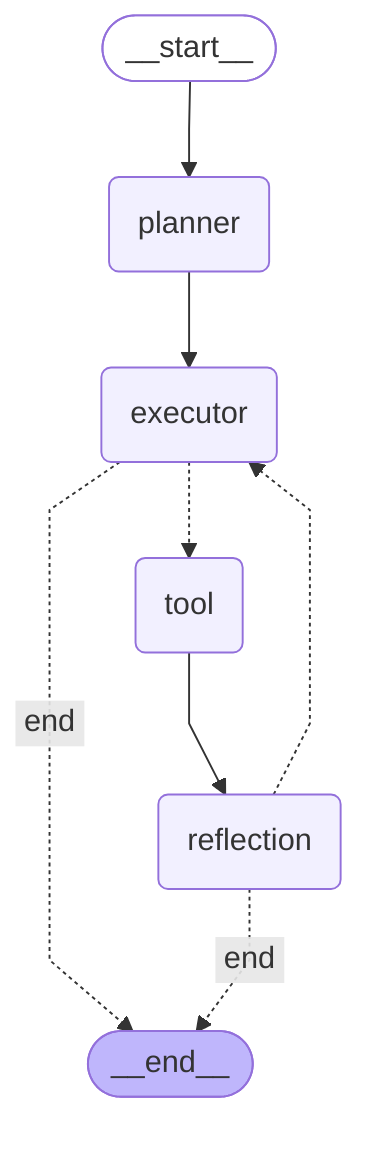
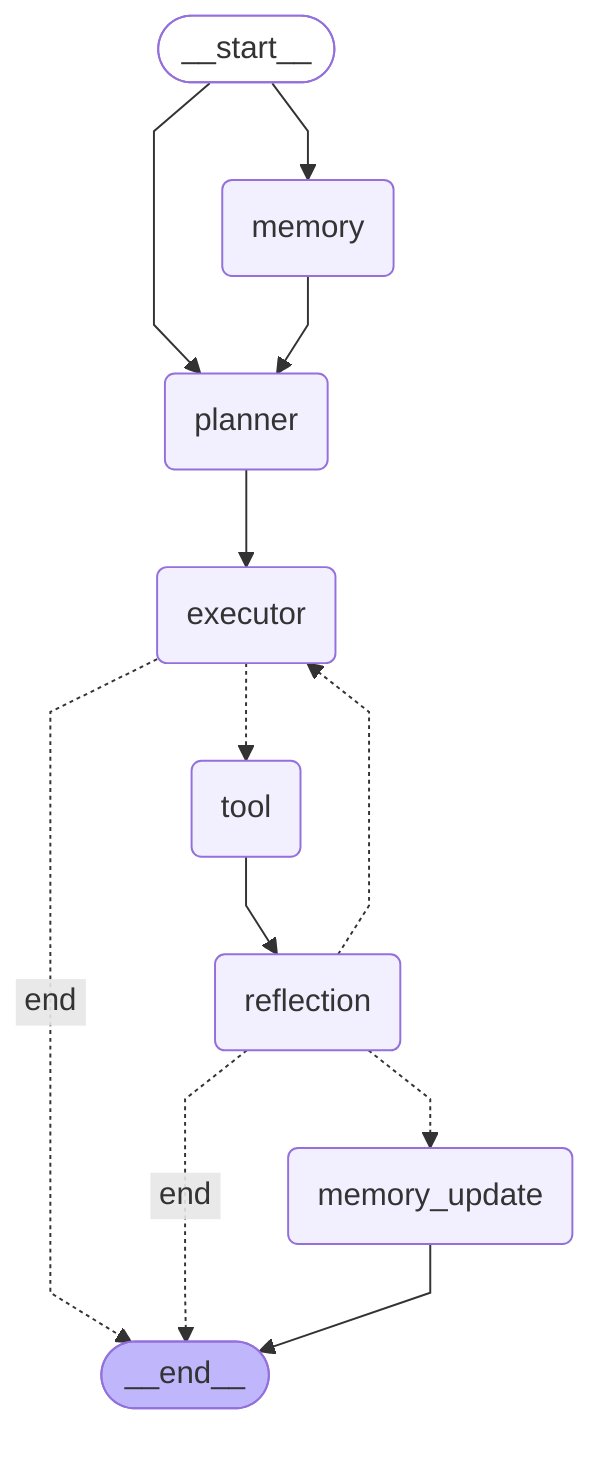
---
config:
  flowchart:
    curve: linear
---
graph TD;
	__start__([<p>__start__</p>]):::first
	planner(planner)
	executor(executor)
	tool(tool)
	reflection(reflection)
+ 	memory(memory)
+ 	memory_update(memory_update)
	__end__([<p>__end__</p>]):::last
+ 	__start__ --> memory;
	__start__ --> planner;
	executor -. &nbsp;end&nbsp; .-> __end__;
	executor -.-> tool;
+ 	memory --> planner;
	planner --> executor;
	reflection -. &nbsp;end&nbsp; .-> __end__;
	reflection -.-> executor;
+ 	reflection -.-> memory_update;
	tool --> reflection;
+ 	memory_update --> __end__;
	classDef default fill:#f2f0ff,line-height:1.2
	classDef first fill-opacity:0
	classDef last fill:#bfb6fc
